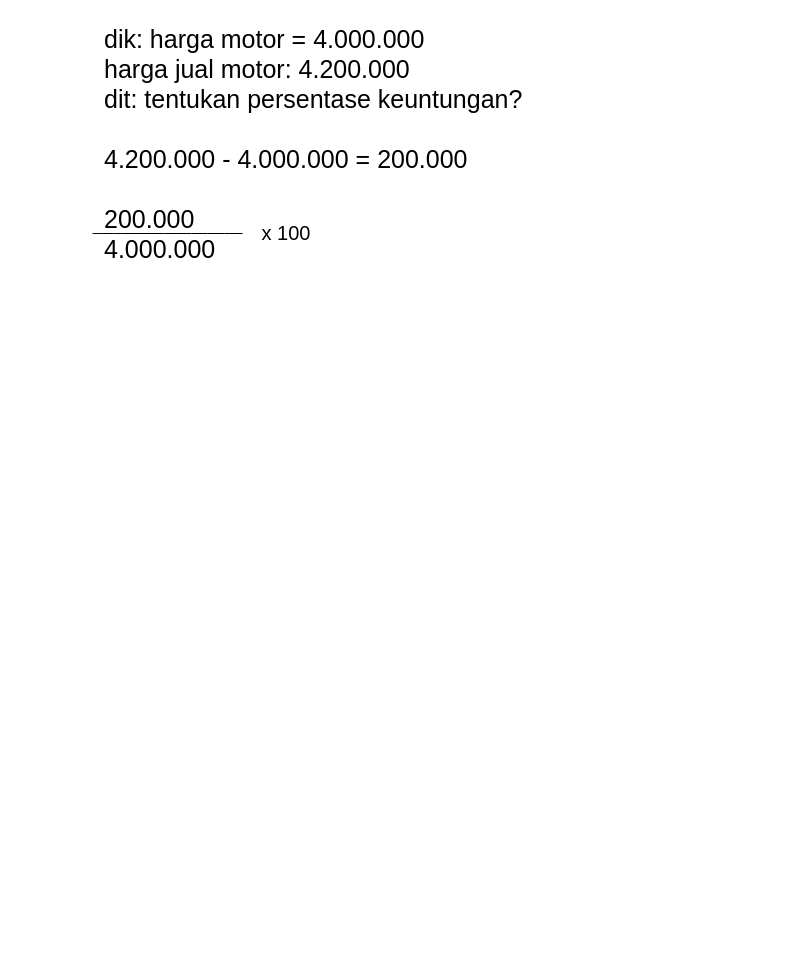
mohamadjaelani/drawio keeps this draw.io diagram as pr.drawio. Above is the earlier version. Source tidied: cells renumbered, new cells numbered last; positions are measured from the earlier drawing's top-left corner, leaving out a move shared by most shapes. Both pictures are drawn from the tidied source at 100%, with x=0, y=0 at pixel (92, 17).
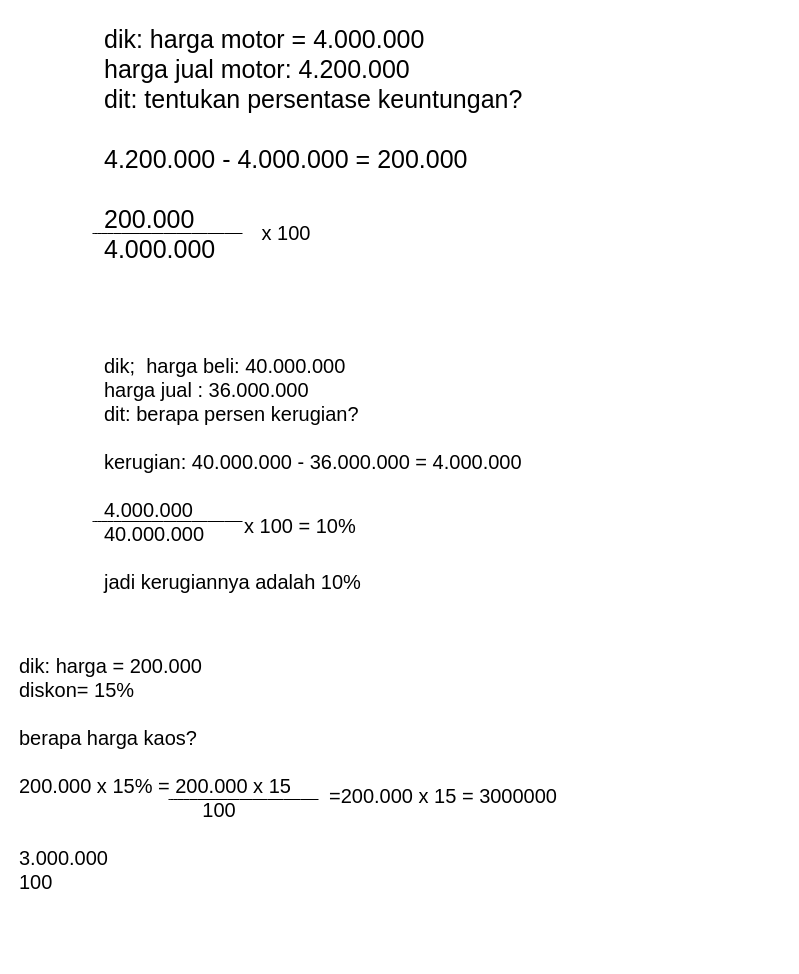
After the change.

What changed in the source:
```diff
@@
 <mxGraphModel>
   <root>
     <mxCell id="0" />
     <mxCell id="1" parent="0" />
+    <mxCell id="5" value="dik: harga = 200.000&lt;div&gt;diskon= 15%&lt;/div&gt;&lt;div&gt;&lt;br&gt;&lt;/div&gt;&lt;div&gt;berapa harga kaos?&lt;/div&gt;&lt;div&gt;&lt;br&gt;&lt;/div&gt;&lt;div&gt;200.000 x 15% = 200.000 x 15&lt;/div&gt;&lt;div&gt;&amp;nbsp; &amp;nbsp; &amp;nbsp; &amp;nbsp; &amp;nbsp; &amp;nbsp; &amp;nbsp; &amp;nbsp; &amp;nbsp; &amp;nbsp; &amp;nbsp; &amp;nbsp; &amp;nbsp; &amp;nbsp; &amp;nbsp; &amp;nbsp; &amp;nbsp;100&lt;/div&gt;&lt;div&gt;&lt;br&gt;&lt;/div&gt;&lt;div&gt;3.000.000&lt;/div&gt;&lt;div&gt;100&lt;/div&gt;" style="text;html=1;whiteSpace=wrap;strokeColor=none;fillColor=none;align=left;verticalAlign=top;rounded=0;fontSize=20;" parent="1" vertex="1">
+      <mxGeometry x="-75" y="630" width="680" height="310" as="geometry" />
+    </mxCell>
+    <mxCell id="6" value="dik;&amp;nbsp; harga beli: 40.000.000&lt;div&gt;harga jual : 36.000.000&lt;/div&gt;&lt;div&gt;dit: berapa persen kerugian?&lt;/div&gt;&lt;div&gt;&lt;br&gt;&lt;/div&gt;&lt;div&gt;kerugian: 40.000.000 - 36.000.000 = 4.000.000&lt;/div&gt;&lt;div&gt;&lt;br&gt;&lt;/div&gt;&lt;div&gt;4.000.000&lt;/div&gt;&lt;div&gt;40.000.000&lt;/div&gt;&lt;div&gt;&lt;br&gt;&lt;/div&gt;&lt;div&gt;jadi kerugiannya adalah 10%&lt;/div&gt;" style="text;html=1;whiteSpace=wrap;strokeColor=none;fillColor=none;align=left;verticalAlign=top;rounded=0;fontSize=20;" parent="1" vertex="1">
+      <mxGeometry x="10" y="330" width="680" height="310" as="geometry" />
+    </mxCell>
     <mxCell id="2" value="dik: harga motor = 4.000.000&lt;div&gt;harga jual motor: 4.200.000&lt;/div&gt;&lt;div&gt;dit: tentukan persentase keuntungan?&lt;/div&gt;&lt;div&gt;&lt;br&gt;&lt;/div&gt;&lt;div&gt;4.200.000 - 4.000.000 = 200.000&lt;/div&gt;&lt;div&gt;&lt;br&gt;&lt;/div&gt;&lt;div&gt;200.000&lt;/div&gt;&lt;div&gt;4.000.000&lt;/div&gt;" style="text;html=1;whiteSpace=wrap;strokeColor=none;fillColor=none;align=left;verticalAlign=top;rounded=0;fontSize=25;" parent="1" vertex="1">
       <mxGeometry x="10" width="490" height="260" as="geometry" />
     </mxCell>
     <mxCell id="3" style="endArrow=none;html=1;rounded=0;fontSize=12;startSize=8;endSize=8;curved=1;" parent="1" edge="1">
       <mxGeometry relative="1" as="geometry">
         <mxPoint y="216" as="sourcePoint" />
         <mxPoint x="150" y="216" as="targetPoint" />
       </mxGeometry>
     </mxCell>
     <mxCell id="4" value="x 100" style="text;html=1;whiteSpace=wrap;strokeColor=none;fillColor=none;align=center;verticalAlign=middle;rounded=0;fontSize=20;" parent="1" vertex="1">
       <mxGeometry x="164" y="200" width="60" height="30" as="geometry" />
     </mxCell>
+    <mxCell id="7" style="endArrow=none;html=1;rounded=0;fontSize=12;startSize=8;endSize=8;curved=1;" parent="1" edge="1">
+      <mxGeometry relative="1" as="geometry">
+        <mxPoint y="504" as="sourcePoint" />
+        <mxPoint x="150" y="504" as="targetPoint" />
+      </mxGeometry>
+    </mxCell>
+    <mxCell id="8" value="x 100 = 10%" style="text;html=1;whiteSpace=wrap;strokeColor=none;fillColor=none;align=left;verticalAlign=top;rounded=0;fontSize=20;" parent="1" vertex="1">
+      <mxGeometry x="150" y="490" width="230" height="30" as="geometry" />
+    </mxCell>
+    <mxCell id="9" style="endArrow=none;html=1;rounded=0;fontSize=12;startSize=8;endSize=8;curved=1;" parent="1" edge="1">
+      <mxGeometry relative="1" as="geometry">
+        <mxPoint x="76" y="782" as="sourcePoint" />
+        <mxPoint x="226" y="782" as="targetPoint" />
+      </mxGeometry>
+    </mxCell>
+    <mxCell id="10" value="=200.000 x 15 = 3000000" style="text;html=1;whiteSpace=wrap;strokeColor=none;fillColor=none;align=left;verticalAlign=top;rounded=0;fontSize=20;" parent="1" vertex="1">
+      <mxGeometry x="235" y="760" width="255" height="30" as="geometry" />
+    </mxCell>
   </root>
 </mxGraphModel>
```
